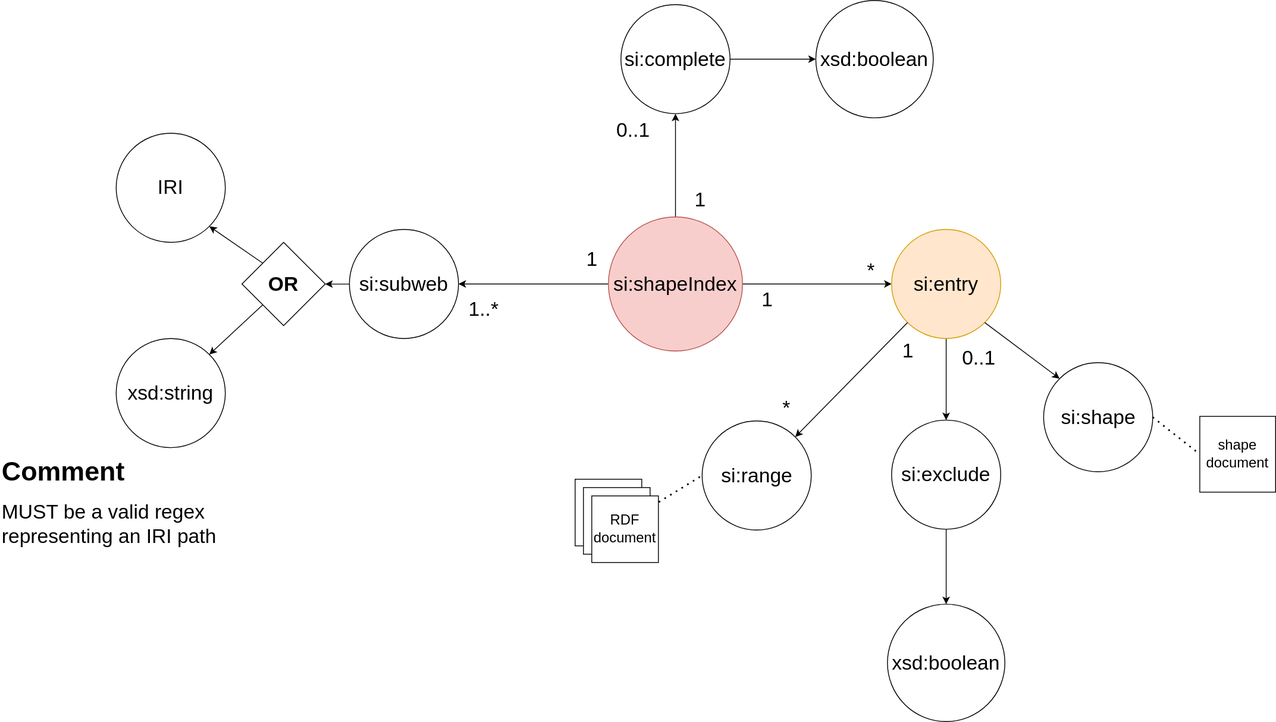
Before: figure/schema.drawio.svg, a diagram exported from draw.io (constraintAutomaton/shape-index-specification). Source tidied: cells renumbered, new cells last; positions are measured from the earlier drawing's top-left corner, leaving out a move shared by most shapes.
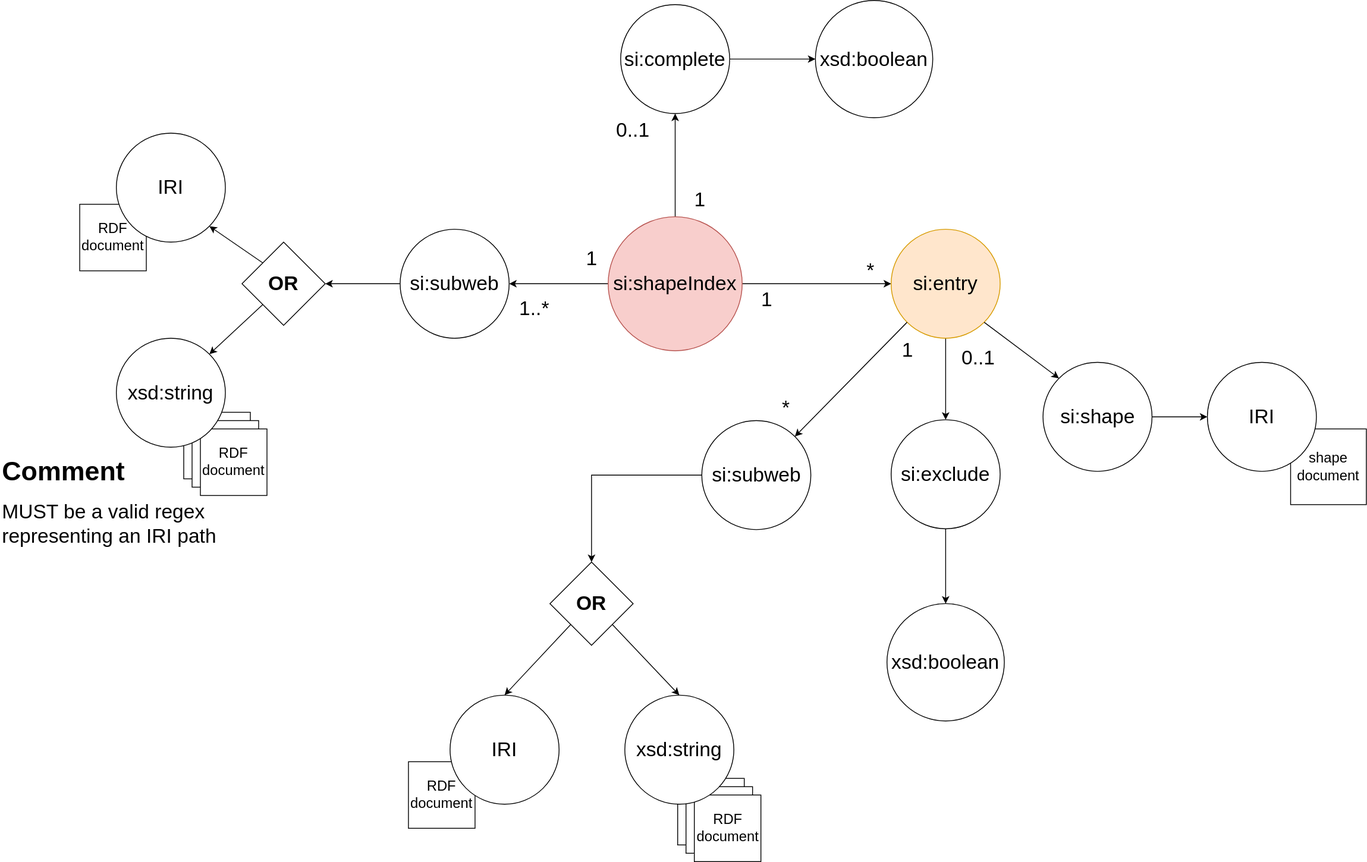
The same diagram one commit later.

Commit message:
merge the concept of range with subweb

What changed in the source:
```diff
@@ -2,6 +2,9 @@
   <root>
     <mxCell id="0" />
     <mxCell id="1" parent="0" />
+    <mxCell id="41" value="RDF document" style="whiteSpace=wrap;html=1;fontSize=17;" parent="1" vertex="1">
+      <mxGeometry x="95" y="245" width="80" height="80" as="geometry" />
+    </mxCell>
     <mxCell id="2" style="edgeStyle=orthogonalEdgeStyle;rounded=0;jettySize=auto;html=1;" parent="1" edge="1" source="5" target="7">
       <mxGeometry relative="1" as="geometry" />
     </mxCell>
@@ -20,9 +23,15 @@
     <mxCell id="7" value="si:entry" style="ellipse;whiteSpace=wrap;html=1;fillColor=#ffe6cc;strokeColor=#d79b00;fontSize=24;" parent="1" vertex="1">
       <mxGeometry x="1070" y="275" width="131" height="131" as="geometry" />
     </mxCell>
+    <mxCell id="42" style="edgeStyle=orthogonalEdgeStyle;rounded=0;jettySize=auto;html=1;entryX=0.5;entryY=0;entryDx=0;entryDy=0;" parent="1" edge="1" source="8" target="44">
+      <mxGeometry relative="1" as="geometry" />
+    </mxCell>
-    <mxCell id="8" value="si:range" style="ellipse;whiteSpace=wrap;html=1;fontSize=24;" parent="1" vertex="1">
+    <mxCell id="8" value="si:subweb" style="ellipse;whiteSpace=wrap;html=1;fontSize=24;" parent="1" vertex="1">
       <mxGeometry x="842.5" y="505" width="131" height="131" as="geometry" />
     </mxCell>
+    <mxCell id="43" style="edgeStyle=orthogonalEdgeStyle;rounded=0;jettySize=auto;html=1;" parent="1" edge="1" source="9" target="50">
+      <mxGeometry relative="1" as="geometry" />
+    </mxCell>
     <mxCell id="9" value="si:shape" style="ellipse;whiteSpace=wrap;html=1;fontSize=24;" parent="1" vertex="1">
       <mxGeometry x="1252.5" y="435" width="131" height="131" as="geometry" />
     </mxCell>
@@ -36,22 +45,16 @@
       <mxGeometry x="1060" y="406" width="60" height="30" as="geometry" />
     </mxCell>
     <mxCell id="13" value="&lt;font style=&quot;font-size: 17px;&quot;&gt;shape document&lt;/font&gt;" style="whiteSpace=wrap;html=1;fontSize=17;" parent="1" vertex="1">
-      <mxGeometry x="1440" y="499.5" width="91" height="91" as="geometry" />
+      <mxGeometry x="1550" y="515" width="91" height="91" as="geometry" />
     </mxCell>
     <mxCell id="14" style="whiteSpace=wrap;html=1;fontSize=17;" parent="1" vertex="1">
-      <mxGeometry x="690" y="575" width="80" height="80" as="geometry" />
+      <mxGeometry x="813.5" y="935" width="80" height="80" as="geometry" />
     </mxCell>
-    <mxCell id="15" style="endArrow=none;dashed=1;html=1;dashPattern=1 3;strokeWidth=2;rounded=0;exitX=1;exitY=0.5;exitDx=0;exitDy=0;entryX=0;entryY=0.5;entryDx=0;entryDy=0;" parent="1" edge="1" source="9" target="13">
-      <mxGeometry relative="1" as="geometry" />
-    </mxCell>
-    <mxCell id="16" style="endArrow=none;dashed=1;html=1;dashPattern=1 3;strokeWidth=2;rounded=0;entryX=0;entryY=0.5;entryDx=0;entryDy=0;exitX=1;exitY=0.5;exitDx=0;exitDy=0;" parent="1" edge="1" source="14" target="8">
-      <mxGeometry relative="1" as="geometry" />
-    </mxCell>
     <mxCell id="17" style="whiteSpace=wrap;html=1;fontSize=17;" parent="1" vertex="1">
-      <mxGeometry x="700" y="585" width="80" height="80" as="geometry" />
+      <mxGeometry x="823.5" y="945" width="80" height="80" as="geometry" />
     </mxCell>
     <mxCell id="18" value="RDF document" style="whiteSpace=wrap;html=1;fontSize=17;" parent="1" vertex="1">
-      <mxGeometry x="710" y="595" width="80" height="80" as="geometry" />
+      <mxGeometry x="833.5" y="955" width="80" height="80" as="geometry" />
     </mxCell>
     <mxCell id="19" style="edgeStyle=orthogonalEdgeStyle;rounded=0;jettySize=auto;html=1;" parent="1" edge="1" source="20" target="29">
       <mxGeometry relative="1" as="geometry" />
@@ -75,13 +78,13 @@
       <mxGeometry relative="1" as="geometry" />
     </mxCell>
     <mxCell id="26" value="si:subweb" style="ellipse;whiteSpace=wrap;html=1;fontSize=24;" parent="1" vertex="1">
-      <mxGeometry x="419" y="275" width="131" height="131" as="geometry" />
+      <mxGeometry x="480" y="275" width="131" height="131" as="geometry" />
     </mxCell>
     <mxCell id="27" value="1" style="text;html=1;align=center;verticalAlign=middle;strokeColor=none;fillColor=none;fontSize=24;" parent="1" vertex="1">
       <mxGeometry x="690" y="290.5" width="40" height="40" as="geometry" />
     </mxCell>
     <mxCell id="28" value="1..*" style="text;html=1;align=center;verticalAlign=middle;strokeColor=none;fillColor=none;fontSize=24;" parent="1" vertex="1">
-      <mxGeometry x="550" y="350.5" width="60" height="40" as="geometry" />
+      <mxGeometry x="611" y="350.5" width="60" height="40" as="geometry" />
     </mxCell>
     <mxCell id="29" value="xsd:boolean" style="ellipse;whiteSpace=wrap;html=1;fontSize=24;" parent="1" vertex="1">
       <mxGeometry x="1065" y="725" width="141" height="141" as="geometry" />
@@ -89,9 +92,6 @@
     <mxCell id="30" value="IRI" style="ellipse;whiteSpace=wrap;html=1;fontSize=24;" parent="1" vertex="1">
       <mxGeometry x="139" y="159.5" width="131" height="131" as="geometry" />
     </mxCell>
-    <mxCell id="31" value="xsd:string" style="ellipse;whiteSpace=wrap;html=1;fontSize=24;" parent="1" vertex="1">
-      <mxGeometry x="139" y="406" width="131" height="131" as="geometry" />
-    </mxCell>
     <mxCell id="32" value="&lt;b&gt;&lt;font style=&quot;font-size: 24px;&quot;&gt;OR&lt;/font&gt;&lt;/b&gt;" style="rhombus;whiteSpace=wrap;html=1;" parent="1" vertex="1">
       <mxGeometry x="290" y="290.5" width="100" height="100" as="geometry" />
     </mxCell>
@@ -119,5 +119,38 @@
     <mxCell id="40" value="&lt;font style=&quot;font-size: 24px;&quot;&gt;0..1&lt;/font&gt;" style="text;html=1;align=center;verticalAlign=middle;whiteSpace=wrap;rounded=0;" parent="1" vertex="1">
       <mxGeometry x="730" y="141" width="60" height="30" as="geometry" />
     </mxCell>
+    <mxCell id="44" value="&lt;b&gt;&lt;font style=&quot;font-size: 24px;&quot;&gt;OR&lt;/font&gt;&lt;/b&gt;" style="rhombus;whiteSpace=wrap;html=1;" parent="1" vertex="1">
+      <mxGeometry x="660" y="675" width="100" height="100" as="geometry" />
+    </mxCell>
+    <mxCell id="45" value="xsd:string" style="ellipse;whiteSpace=wrap;html=1;fontSize=24;" parent="1" vertex="1">
+      <mxGeometry x="750" y="835" width="131" height="131" as="geometry" />
+    </mxCell>
+    <mxCell id="46" style="endArrow=classic;html=1;rounded=0;exitX=1;exitY=1;exitDx=0;exitDy=0;entryX=0.5;entryY=0;entryDx=0;entryDy=0;" parent="1" edge="1" source="44" target="45">
+      <mxGeometry relative="1" as="geometry" />
+    </mxCell>
+    <mxCell id="47" value="RDF document" style="whiteSpace=wrap;html=1;fontSize=17;" parent="1" vertex="1">
+      <mxGeometry x="490" y="915" width="80" height="80" as="geometry" />
+    </mxCell>
+    <mxCell id="48" value="IRI" style="ellipse;whiteSpace=wrap;html=1;fontSize=24;" parent="1" vertex="1">
+      <mxGeometry x="540" y="835" width="131" height="131" as="geometry" />
+    </mxCell>
+    <mxCell id="49" style="endArrow=classic;html=1;rounded=0;exitX=0;exitY=1;exitDx=0;exitDy=0;entryX=0.5;entryY=0;entryDx=0;entryDy=0;" parent="1" edge="1" source="44" target="48">
+      <mxGeometry relative="1" as="geometry" />
+    </mxCell>
+    <mxCell id="50" value="IRI" style="ellipse;whiteSpace=wrap;html=1;fontSize=24;" parent="1" vertex="1">
+      <mxGeometry x="1450" y="435" width="131" height="131" as="geometry" />
+    </mxCell>
+    <mxCell id="51" style="whiteSpace=wrap;html=1;fontSize=17;" parent="1" vertex="1">
+      <mxGeometry x="220" y="495" width="80" height="80" as="geometry" />
+    </mxCell>
+    <mxCell id="52" style="whiteSpace=wrap;html=1;fontSize=17;" parent="1" vertex="1">
+      <mxGeometry x="230" y="505" width="80" height="80" as="geometry" />
+    </mxCell>
+    <mxCell id="53" value="RDF document" style="whiteSpace=wrap;html=1;fontSize=17;" parent="1" vertex="1">
+      <mxGeometry x="240" y="515" width="80" height="80" as="geometry" />
+    </mxCell>
+    <mxCell id="31" value="xsd:string" style="ellipse;whiteSpace=wrap;html=1;fontSize=24;" parent="1" vertex="1">
+      <mxGeometry x="139" y="406" width="131" height="131" as="geometry" />
+    </mxCell>
   </root>
 </mxGraphModel>
```
